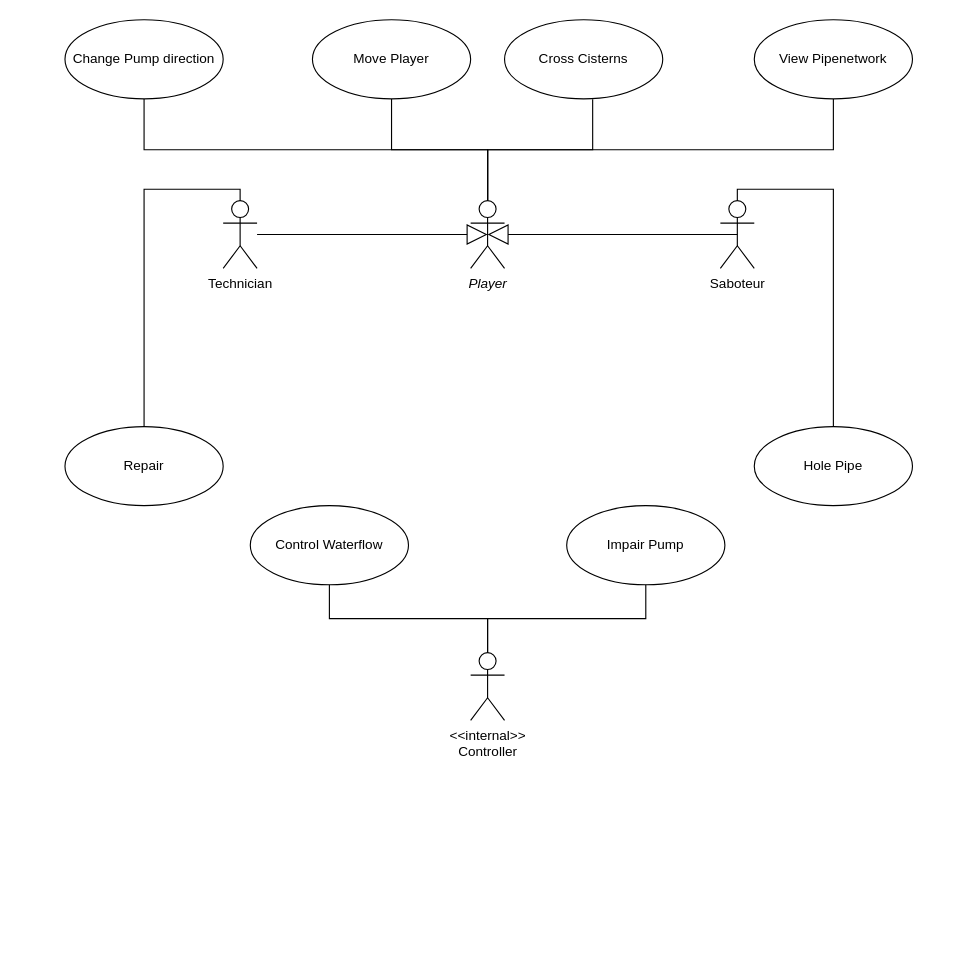
Above: misc/diagrams/USECASE.drawio in RuntimeError-BME/coursework (draw.io), before the change. Source tidied: cells renumbered, new cells numbered last; positions are measured from the earlier drawing's top-left corner, leaving out a move shared by most shapes. Both pictures are drawn from the tidied source at 113%, with x=0, y=0 at pixel (64, 19).
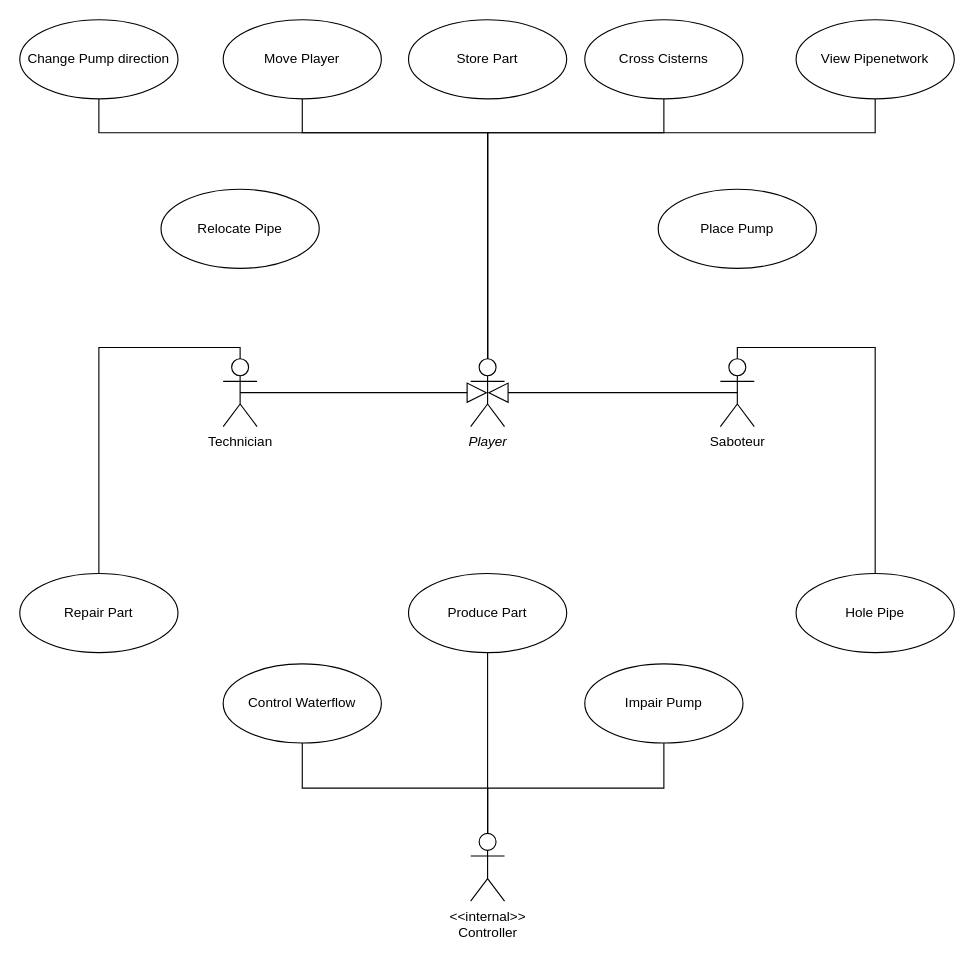
After the change.

Change to the diagram source:
```diff
@@
     <mxCell id="2" value="View Pipenetwork" style="ellipse;whiteSpace=wrap;html=1;" parent="1" vertex="1">
-      <mxGeometry x="610" width="140" height="70" as="geometry" />
+      <mxGeometry x="647" width="140" height="70" as="geometry" />
     </mxCell>
     <mxCell id="3" value="Move Player" style="ellipse;whiteSpace=wrap;html=1;" parent="1" vertex="1">
-      <mxGeometry x="219" width="140" height="70" as="geometry" />
+      <mxGeometry x="140" width="140" height="70" as="geometry" />
     </mxCell>
     <mxCell id="4" value="Change Pump direction" style="ellipse;whiteSpace=wrap;html=1;" parent="1" vertex="1">
-      <mxGeometry width="140" height="70" as="geometry" />
+      <mxGeometry x="-40" width="140" height="70" as="geometry" />
     </mxCell>
     <mxCell id="5" value="Player" style="shape=umlActor;verticalLabelPosition=bottom;verticalAlign=top;html=1;outlineConnect=0;fontStyle=2;" parent="1" vertex="1">
-      <mxGeometry x="359" y="160" width="30" height="60" as="geometry" />
+      <mxGeometry x="359" y="300" width="30" height="60" as="geometry" />
     </mxCell>
     <mxCell id="6" value="Technician" style="shape=umlActor;verticalLabelPosition=bottom;verticalAlign=top;html=1;outlineConnect=0;" parent="1" vertex="1">
-      <mxGeometry x="140" y="160" width="30" height="60" as="geometry" />
+      <mxGeometry x="140" y="300" width="30" height="60" as="geometry" />
     </mxCell>
     <mxCell id="7" value="Saboteur" style="shape=umlActor;verticalLabelPosition=bottom;verticalAlign=top;html=1;outlineConnect=0;" parent="1" vertex="1">
-      <mxGeometry x="580" y="160" width="30" height="60" as="geometry" />
+      <mxGeometry x="580" y="300" width="30" height="60" as="geometry" />
     </mxCell>
     <mxCell id="8" value="&amp;lt;&amp;lt;internal&amp;gt;&amp;gt; &lt;br&gt;Controller" style="shape=umlActor;verticalLabelPosition=bottom;verticalAlign=top;html=1;outlineConnect=0;" parent="1" vertex="1">
-      <mxGeometry x="359" y="560" width="30" height="60" as="geometry" />
+      <mxGeometry x="359" y="720" width="30" height="60" as="geometry" />
     </mxCell>
-    <mxCell id="9" value="Repair" style="ellipse;whiteSpace=wrap;html=1;" parent="1" vertex="1">
-      <mxGeometry y="360" width="140" height="70" as="geometry" />
+    <mxCell id="9" value="Repair Part" style="ellipse;whiteSpace=wrap;html=1;" parent="1" vertex="1">
+      <mxGeometry x="-40" y="490" width="140" height="70" as="geometry" />
     </mxCell>
     <mxCell id="10" value="Control Waterflow" style="ellipse;whiteSpace=wrap;html=1;" parent="1" vertex="1">
-      <mxGeometry x="164" y="430" width="140" height="70" as="geometry" />
+      <mxGeometry x="140" y="570" width="140" height="70" as="geometry" />
     </mxCell>
     <mxCell id="11" value="Impair Pump" style="ellipse;whiteSpace=wrap;html=1;" parent="1" vertex="1">
-      <mxGeometry x="444" y="430" width="140" height="70" as="geometry" />
+      <mxGeometry x="460" y="570" width="140" height="70" as="geometry" />
     </mxCell>
     <mxCell id="12" value="Hole Pipe" style="ellipse;whiteSpace=wrap;html=1;" parent="1" vertex="1">
-      <mxGeometry x="610" y="360" width="140" height="70" as="geometry" />
+      <mxGeometry x="647" y="490" width="140" height="70" as="geometry" />
     </mxCell>
-    <mxCell id="13" style="endArrow=block;endSize=16;endFill=0;html=1;rounded=0;entryX=0.5;entryY=0.5;entryDx=0;entryDy=0;entryPerimeter=0;" parent="1" edge="1" target="5">
-      <mxGeometry relative="1" as="geometry">
-        <mxPoint x="170" y="190" as="sourcePoint" />
-        <Array as="points">
-          <mxPoint x="220" y="190" />
-        </Array>
-      </mxGeometry>
+    <mxCell id="13" style="endArrow=block;endSize=16;endFill=0;html=1;rounded=0;entryX=0.5;entryY=0.5;entryDx=0;entryDy=0;entryPerimeter=0;exitX=0.5;exitY=0.5;exitDx=0;exitDy=0;exitPerimeter=0;" parent="1" edge="1" source="6" target="5">
+      <mxGeometry relative="1" as="geometry" />
     </mxCell>
@@
     <mxCell id="15" style="endArrow=none;html=1;edgeStyle=orthogonalEdgeStyle;rounded=0;exitX=0.5;exitY=0;exitDx=0;exitDy=0;exitPerimeter=0;entryX=0.5;entryY=1;entryDx=0;entryDy=0;" parent="1" edge="1" source="5" target="2">
-      <mxGeometry relative="1" as="geometry" />
+      <mxGeometry relative="1" as="geometry">
+        <Array as="points">
+          <mxPoint x="374" y="100" />
+          <mxPoint x="717" y="100" />
+        </Array>
+      </mxGeometry>
     </mxCell>
-    <mxCell id="16" style="endArrow=none;html=1;edgeStyle=orthogonalEdgeStyle;rounded=0;exitX=0.5;exitY=0;exitDx=0;exitDy=0;exitPerimeter=0;" parent="1" edge="1" source="5" target="4">
-      <mxGeometry relative="1" as="geometry" />
+    <mxCell id="16" style="endArrow=none;html=1;edgeStyle=orthogonalEdgeStyle;rounded=0;exitX=0.5;exitY=0;exitDx=0;exitDy=0;exitPerimeter=0;entryX=0.5;entryY=1;entryDx=0;entryDy=0;" parent="1" edge="1" source="5" target="4">
+      <mxGeometry relative="1" as="geometry">
+        <Array as="points">
+          <mxPoint x="374" y="100" />
+          <mxPoint x="30" y="100" />
+        </Array>
+      </mxGeometry>
     </mxCell>
     <mxCell id="17" style="endArrow=none;html=1;edgeStyle=orthogonalEdgeStyle;rounded=0;exitX=0.5;exitY=0;exitDx=0;exitDy=0;exitPerimeter=0;entryX=0.5;entryY=1;entryDx=0;entryDy=0;" parent="1" edge="1" source="5" target="3">
-      <mxGeometry relative="1" as="geometry" />
+      <mxGeometry relative="1" as="geometry">
+        <Array as="points">
+          <mxPoint x="374" y="100" />
+          <mxPoint x="210" y="100" />
+        </Array>
+      </mxGeometry>
     </mxCell>
@@
     <mxCell id="22" value="Cross Cisterns" style="ellipse;whiteSpace=wrap;html=1;" parent="1" vertex="1">
-      <mxGeometry x="389" width="140" height="70" as="geometry" />
+      <mxGeometry x="460" width="140" height="70" as="geometry" />
     </mxCell>
-    <mxCell id="23" style="endArrow=none;html=1;edgeStyle=orthogonalEdgeStyle;rounded=0;exitX=0.557;exitY=1.005;exitDx=0;exitDy=0;exitPerimeter=0;" parent="1" edge="1" source="22" target="5">
-      <mxGeometry relative="1" as="geometry" />
+    <mxCell id="23" style="endArrow=none;html=1;edgeStyle=orthogonalEdgeStyle;rounded=0;exitX=0.5;exitY=1;exitDx=0;exitDy=0;" parent="1" edge="1" source="22" target="5">
+      <mxGeometry relative="1" as="geometry">
+        <Array as="points">
+          <mxPoint x="530" y="100" />
+          <mxPoint x="374" y="100" />
+        </Array>
+      </mxGeometry>
     </mxCell>
+    <mxCell id="24" value="Relocate Pipe" style="ellipse;whiteSpace=wrap;html=1;" parent="1" vertex="1">
+      <mxGeometry x="85" y="150" width="140" height="70" as="geometry" />
+    </mxCell>
+    <mxCell id="25" value="Place Pump" style="ellipse;whiteSpace=wrap;html=1;" parent="1" vertex="1">
+      <mxGeometry x="525" y="150" width="140" height="70" as="geometry" />
+    </mxCell>
+    <mxCell id="26" value="Store Part" style="ellipse;whiteSpace=wrap;html=1;" parent="1" vertex="1">
+      <mxGeometry x="304" width="140" height="70" as="geometry" />
+    </mxCell>
+    <mxCell id="27" value="Produce Part" style="ellipse;whiteSpace=wrap;html=1;" parent="1" vertex="1">
+      <mxGeometry x="304" y="490" width="140" height="70" as="geometry" />
+    </mxCell>
+    <mxCell id="28" style="endArrow=none;html=1;edgeStyle=orthogonalEdgeStyle;rounded=0;exitX=0.5;exitY=1;exitDx=0;exitDy=0;entryX=0.5;entryY=0;entryDx=0;entryDy=0;entryPerimeter=0;" parent="1" edge="1" source="27" target="8">
+      <mxGeometry relative="1" as="geometry">
+        <Array as="points">
+          <mxPoint x="374" y="640" />
+          <mxPoint x="374" y="640" />
+        </Array>
+      </mxGeometry>
+    </mxCell>
```
